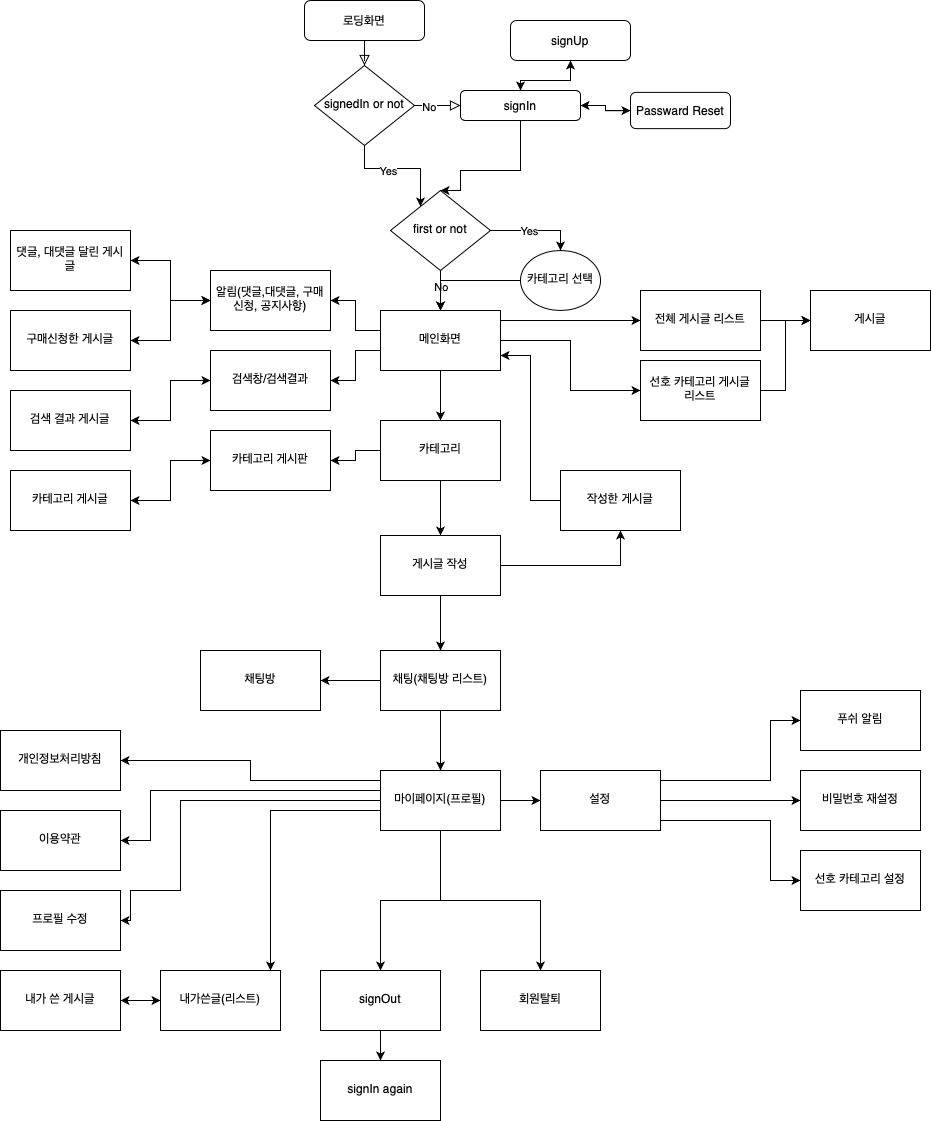
The draw.io diagram pdf/h_safari.png in coolgogi/H-Safari, before a commit. Source tidied: cells renumbered, new cells last; positions are measured from the earlier drawing's top-left corner, leaving out a move shared by most shapes.
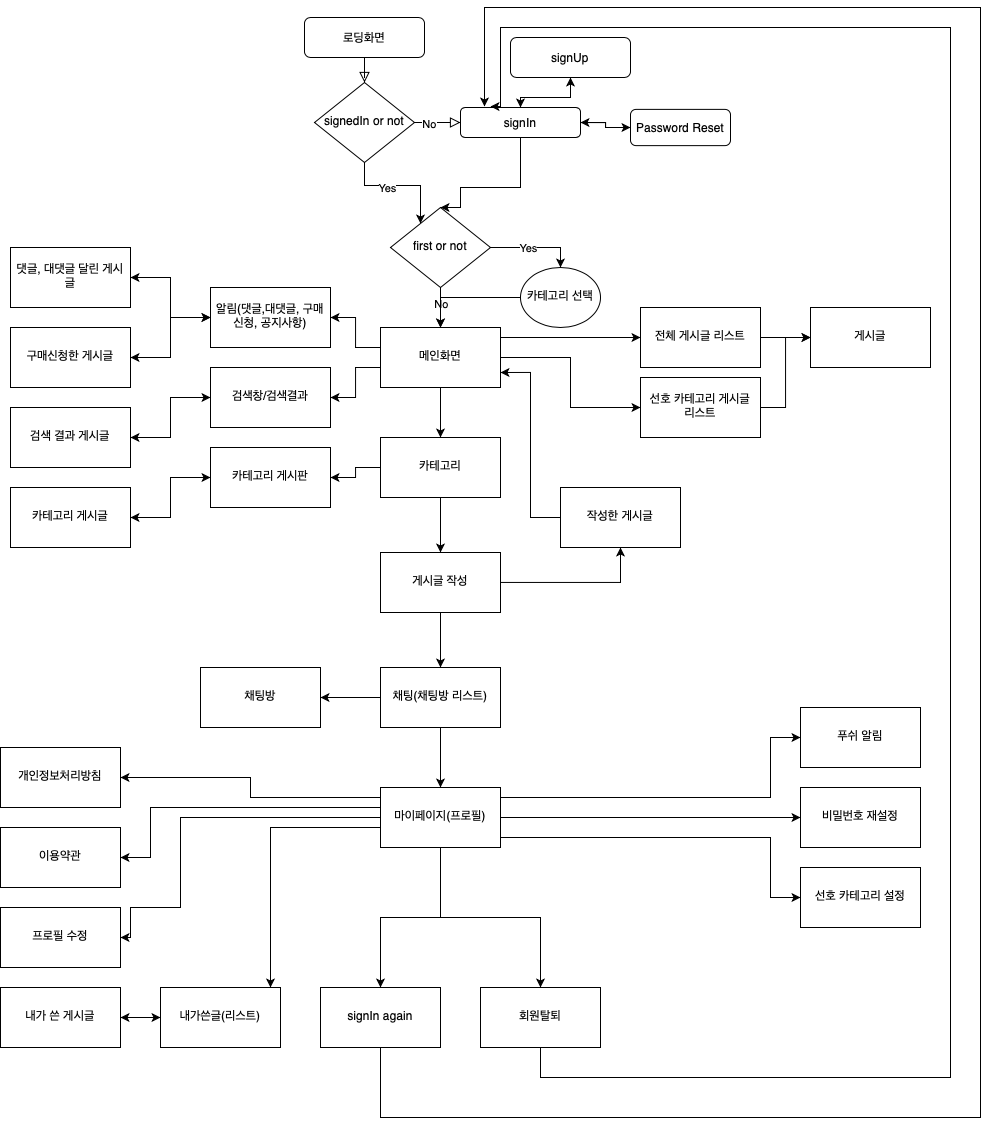
The same file after the commit.

The edit, as a diff of the source:
```diff
@@ -60,7 +60,7 @@
     <mxCell id="15" style="edgeStyle=orthogonalEdgeStyle;rounded=0;jettySize=auto;html=1;entryX=1;entryY=0.5;entryDx=0;entryDy=0;" parent="1" edge="1" source="16" target="12">
       <mxGeometry relative="1" as="geometry" />
     </mxCell>
-    <mxCell id="16" value="Passward Reset" style="whiteSpace=wrap;html=1;rounded=1;shadow=0;strokeWidth=1;glass=0;" parent="1" vertex="1">
+    <mxCell id="16" value="Password Reset" style="whiteSpace=wrap;html=1;rounded=1;shadow=0;strokeWidth=1;glass=0;" parent="1" vertex="1">
       <mxGeometry x="630" y="91.9" width="100" height="36.2" as="geometry" />
     </mxCell>
     <mxCell id="17" style="edgeStyle=orthogonalEdgeStyle;rounded=0;jettySize=auto;html=1;" parent="1" edge="1" source="21" target="27">
@@ -227,13 +227,10 @@
         </Array>
       </mxGeometry>
     </mxCell>
-    <mxCell id="57" style="edgeStyle=orthogonalEdgeStyle;rounded=0;jettySize=auto;html=1;" parent="1" edge="1" source="61" target="76">
-      <mxGeometry relative="1" as="geometry" />
-    </mxCell>
     <mxCell id="58" style="edgeStyle=orthogonalEdgeStyle;rounded=0;jettySize=auto;html=1;" parent="1" edge="1" source="61" target="80">
       <mxGeometry relative="1" as="geometry" />
     </mxCell>
-    <mxCell id="59" style="edgeStyle=orthogonalEdgeStyle;rounded=0;jettySize=auto;html=1;" parent="1" edge="1" source="61" target="82">
+    <mxCell id="59" style="edgeStyle=orthogonalEdgeStyle;rounded=0;jettySize=auto;html=1;entryX=0.5;entryY=0;entryDx=0;entryDy=0;" parent="1" edge="1" source="61" target="87">
       <mxGeometry relative="1" as="geometry" />
     </mxCell>
     <mxCell id="60" style="edgeStyle=orthogonalEdgeStyle;rounded=0;jettySize=auto;html=1;" parent="1" edge="1" source="61" target="84">
@@ -279,26 +276,32 @@
     <mxCell id="72" value="프로필 수정" style="whiteSpace=wrap;html=1;shadow=0;strokeWidth=1;spacing=6;spacingTop=-4;" parent="1" vertex="1">
       <mxGeometry y="890" width="120" height="60" as="geometry" />
     </mxCell>
-    <mxCell id="73" style="edgeStyle=orthogonalEdgeStyle;rounded=0;jettySize=auto;html=1;" parent="1" edge="1" source="76" target="77">
-      <mxGeometry relative="1" as="geometry" />
+    <mxCell id="73" style="edgeStyle=orthogonalEdgeStyle;rounded=0;jettySize=auto;html=1;exitX=1;exitY=0.5;exitDx=0;exitDy=0;" parent="1" edge="1" source="61" target="77">
+      <mxGeometry relative="1" as="geometry">
+        <Array as="points">
+          <mxPoint x="640" y="800" />
+          <mxPoint x="640" y="800" />
+        </Array>
+      </mxGeometry>
     </mxCell>
-    <mxCell id="74" style="edgeStyle=orthogonalEdgeStyle;rounded=0;jettySize=auto;html=1;" parent="1" edge="1" source="76" target="78">
+    <mxCell id="74" style="edgeStyle=orthogonalEdgeStyle;rounded=0;jettySize=auto;html=1;exitX=1;exitY=0.25;exitDx=0;exitDy=0;" parent="1" edge="1" source="61" target="78">
       <mxGeometry relative="1" as="geometry">
         <Array as="points">
+          <mxPoint x="500" y="780" />
           <mxPoint x="770" y="780" />
+          <mxPoint x="770" y="720" />
         </Array>
       </mxGeometry>
     </mxCell>
-    <mxCell id="75" style="edgeStyle=orthogonalEdgeStyle;rounded=0;jettySize=auto;html=1;" parent="1" edge="1" source="76" target="79">
+    <mxCell id="75" style="edgeStyle=orthogonalEdgeStyle;rounded=0;jettySize=auto;html=1;exitX=1;exitY=0.75;exitDx=0;exitDy=0;" parent="1" edge="1" source="61" target="79">
       <mxGeometry relative="1" as="geometry">
         <Array as="points">
+          <mxPoint x="500" y="820" />
           <mxPoint x="770" y="820" />
+          <mxPoint x="770" y="880" />
         </Array>
       </mxGeometry>
     </mxCell>
-    <mxCell id="76" value="설정" style="whiteSpace=wrap;html=1;shadow=0;strokeWidth=1;spacing=6;spacingTop=-4;" parent="1" vertex="1">
-      <mxGeometry x="540" y="770" width="120" height="60" as="geometry" />
-    </mxCell>
     <mxCell id="77" value="비밀번호 재설정" style="whiteSpace=wrap;html=1;shadow=0;strokeWidth=1;spacing=6;spacingTop=-4;" parent="1" vertex="1">
       <mxGeometry x="800" y="770" width="120" height="60" as="geometry" />
     </mxCell>
@@ -308,15 +311,21 @@
     <mxCell id="79" value="선호 카테고리 설정" style="whiteSpace=wrap;html=1;shadow=0;strokeWidth=1;spacing=6;spacingTop=-4;" parent="1" vertex="1">
       <mxGeometry x="800" y="850" width="120" height="60" as="geometry" />
     </mxCell>
+    <mxCell id="88" style="edgeStyle=orthogonalEdgeStyle;rounded=0;jettySize=auto;html=1;" parent="1" edge="1" source="80">
+      <mxGeometry relative="1" as="geometry">
+        <mxPoint x="490" y="89" as="targetPoint" />
+        <Array as="points">
+          <mxPoint x="540" y="1060" />
+          <mxPoint x="950" y="1060" />
+          <mxPoint x="950" y="10" />
+          <mxPoint x="500" y="10" />
+          <mxPoint x="500" y="89" />
+        </Array>
+      </mxGeometry>
+    </mxCell>
     <mxCell id="80" value="회원탈퇴" style="whiteSpace=wrap;html=1;shadow=0;strokeWidth=1;spacing=6;spacingTop=-4;" parent="1" vertex="1">
       <mxGeometry x="480" y="970" width="120" height="60" as="geometry" />
     </mxCell>
-    <mxCell id="81" style="edgeStyle=orthogonalEdgeStyle;rounded=0;jettySize=auto;html=1;" parent="1" edge="1" source="82" target="87">
-      <mxGeometry relative="1" as="geometry" />
-    </mxCell>
-    <mxCell id="82" value="signOut" style="whiteSpace=wrap;html=1;shadow=0;strokeWidth=1;spacing=6;spacingTop=-4;" parent="1" vertex="1">
-      <mxGeometry x="320" y="970" width="120" height="60" as="geometry" />
-    </mxCell>
     <mxCell id="83" style="edgeStyle=orthogonalEdgeStyle;rounded=0;jettySize=auto;html=1;" parent="1" edge="1" source="84" target="86">
       <mxGeometry relative="1" as="geometry" />
     </mxCell>
@@ -331,8 +340,18 @@
     <mxCell id="86" value="내가 쓴 게시글" style="whiteSpace=wrap;html=1;shadow=0;strokeWidth=1;spacing=6;spacingTop=-4;" parent="1" vertex="1">
       <mxGeometry y="970" width="120" height="60" as="geometry" />
     </mxCell>
+    <mxCell id="89" style="edgeStyle=orthogonalEdgeStyle;rounded=0;jettySize=auto;html=1;entryX=0.2;entryY=-0.033;entryDx=0;entryDy=0;entryPerimeter=0;" parent="1" edge="1" source="87" target="12">
+      <mxGeometry relative="1" as="geometry">
+        <Array as="points">
+          <mxPoint x="380" y="1100" />
+          <mxPoint x="980" y="1100" />
+          <mxPoint x="980" y="-10" />
+          <mxPoint x="484" y="-10" />
+        </Array>
+      </mxGeometry>
+    </mxCell>
     <mxCell id="87" value="signIn again" style="whiteSpace=wrap;html=1;shadow=0;strokeWidth=1;spacing=6;spacingTop=-4;" parent="1" vertex="1">
-      <mxGeometry x="320" y="1060" width="120" height="60" as="geometry" />
+      <mxGeometry x="320" y="970" width="120" height="60" as="geometry" />
     </mxCell>
   </root>
 </mxGraphModel>
```
